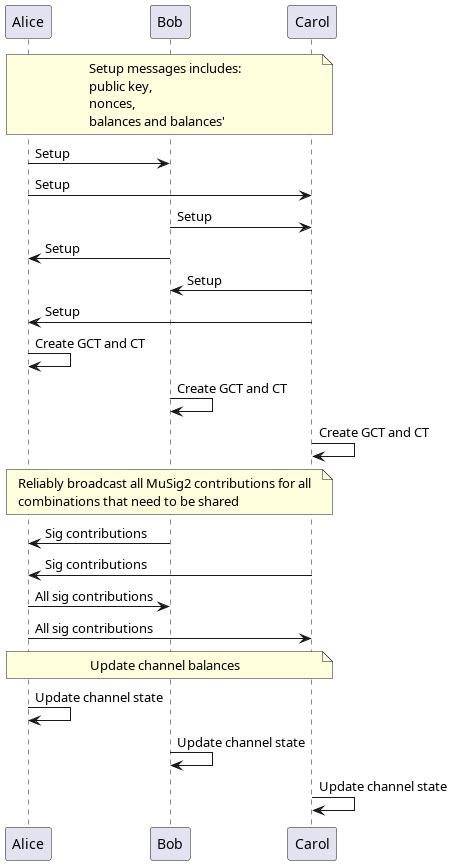
This is docs/object-interaction.png from pool2win/ln-synctomic, a PlantUML export, as it was before one commit. Its diagram source:
```plantuml
@startuml

participant Alice
participant Bob
participant Carol

note across
Setup messages includes:
public key,
nonces,
balances and balances'
end note

Alice -> Bob: Setup
Alice -> Carol: Setup

Bob -> Carol: Setup
Bob -> Alice: Setup

Carol -> Bob: Setup
Carol -> Alice: Setup


Alice -> Alice: Create GCT and CT
Bob -> Bob: Create GCT and CT
Carol -> Carol: Create GCT and CT

note across
Reliably broadcast all MuSig2 contributions for all
combinations that need to be shared
end note

Bob -> Alice: Sig contributions
Carol -> Alice: Sig contributions

Alice -> Bob: All sig contributions
Alice -> Carol: All sig contributions

note across
Update channel balances
end note

Alice -> Alice: Update channel state
Bob -> Bob: Update channel state
Carol -> Carol: Update channel state


@enduml
```
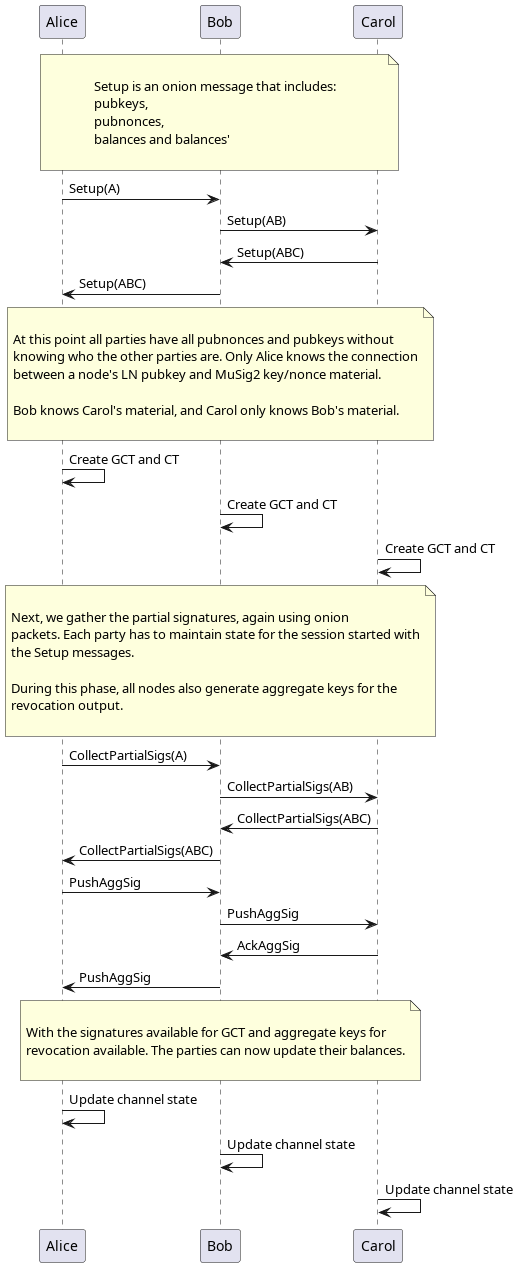
The same file after the commit.

Commit message:
Update the object interactions diagram

The edit, as a diff of the source:
```diff
@@ -5,39 +5,60 @@
 participant Carol
 
 note across
-Setup messages includes:
-public key,
-nonces,
+
+Setup is an onion message that includes:
+pubkeys,
+pubnonces,
 balances and balances'
+
 end note
 
-Alice -> Bob: Setup
-Alice -> Carol: Setup
+Alice -> Bob: Setup(A)
+Bob -> Carol: Setup(AB)
+Carol -> Bob: Setup(ABC)
+Bob -> Alice: Setup(ABC)
 
-Bob -> Carol: Setup
-Bob -> Alice: Setup
+note across
 
-Carol -> Bob: Setup
-Carol -> Alice: Setup
+At this point all parties have all pubnonces and pubkeys without
+knowing who the other parties are. Only Alice knows the connection
+between a node's LN pubkey and MuSig2 key/nonce material.
 
+Bob knows Carol's material, and Carol only knows Bob's material.
+
+end note
 
 Alice -> Alice: Create GCT and CT
 Bob -> Bob: Create GCT and CT
 Carol -> Carol: Create GCT and CT
 
 note across
-Reliably broadcast all MuSig2 contributions for all
-combinations that need to be shared
+
+Next, we gather the partial signatures, again using onion
+packets. Each party has to maintain state for the session started with
+the Setup messages.
+
+During this phase, all nodes also generate aggregate keys for the
+revocation output.
+
 end note
 
-Bob -> Alice: Sig contributions
-Carol -> Alice: Sig contributions
+Alice -> Bob: CollectPartialSigs(A)
+Bob -> Carol: CollectPartialSigs(AB)
+Carol -> Bob: CollectPartialSigs(ABC)
+Bob -> Alice: CollectPartialSigs(ABC)
 
-Alice -> Bob: All sig contributions
-Alice -> Carol: All sig contributions
+Alice -> Bob: PushAggSig
+Bob -> Carol: PushAggSig
+
+Carol -> Bob: AckAggSig
+Bob -> Alice : PushAggSig
 
 note across
-Update channel balances
+
+With the signatures available for GCT and aggregate keys for
+revocation available. The parties can now update their balances.
+
 end note
 
 Alice -> Alice: Update channel state
```
